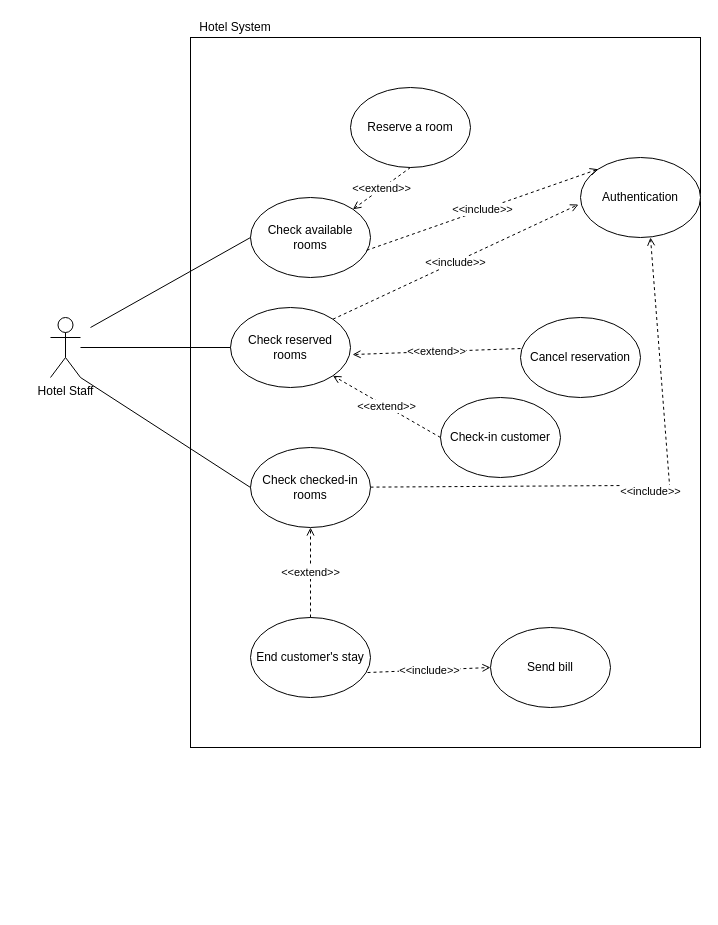
Above: Diagrams/UseCase/HotelManager.drawio in mclhtay/CS4471 (draw.io), before the change. Source tidied: cells renumbered, new cells numbered last; positions are measured from the earlier drawing's top-left corner, leaving out a move shared by most shapes. Both pictures are drawn from the tidied source at 100%, with x=0, y=0 at pixel (50, 17).
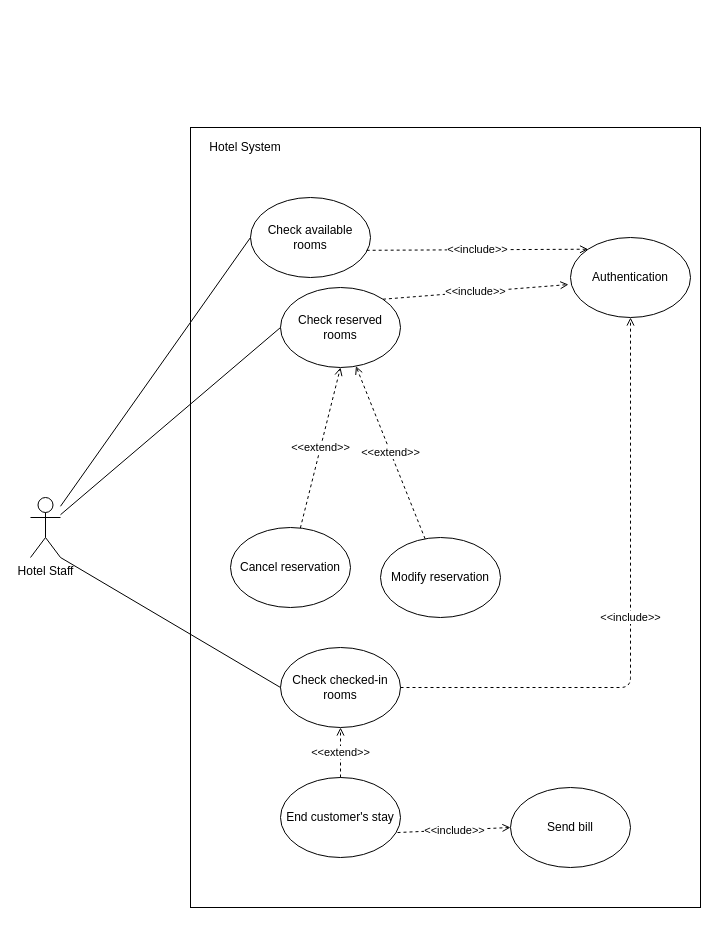
The same diagram, later.

Unchanged cells that the change refers to:
```xml
<mxCell id="20" value="Check available rooms" style="ellipse;whiteSpace=wrap;html=1;" parent="1" vertex="1">
  <mxGeometry x="200" y="180" width="120" height="80" as="geometry" />
</mxCell>
```

What changed in the source:
```diff
@@
     <mxCell id="2" style="rounded=0;whiteSpace=wrap;html=1;" parent="1" vertex="1">
-      <mxGeometry x="140" y="20" width="510" height="710" as="geometry" />
+      <mxGeometry x="140" y="110" width="510" height="780" as="geometry" />
     </mxCell>
     <mxCell id="3" value="Hotel Staff" style="shape=umlActor;verticalLabelPosition=bottom;verticalAlign=top;html=1;outlineConnect=0;" parent="1" vertex="1">
-      <mxGeometry y="300" width="30" height="60" as="geometry" />
+      <mxGeometry x="-20" y="480" width="30" height="60" as="geometry" />
     </mxCell>
     <mxCell id="4" value="Authentication" style="ellipse;whiteSpace=wrap;html=1;" parent="1" vertex="1">
-      <mxGeometry x="530" y="140" width="120" height="80" as="geometry" />
+      <mxGeometry x="520" y="220" width="120" height="80" as="geometry" />
     </mxCell>
     <mxCell id="5" value="Check checked-in rooms" style="ellipse;whiteSpace=wrap;html=1;" parent="1" vertex="1">
-      <mxGeometry x="200" y="430" width="120" height="80" as="geometry" />
+      <mxGeometry x="230" y="630" width="120" height="80" as="geometry" />
     </mxCell>
     <mxCell id="6" value="Check reserved rooms" style="ellipse;whiteSpace=wrap;html=1;" parent="1" vertex="1">
-      <mxGeometry x="180" y="290" width="120" height="80" as="geometry" />
+      <mxGeometry x="230" y="270" width="120" height="80" as="geometry" />
     </mxCell>
     <mxCell id="7" value="End customer's stay" style="ellipse;whiteSpace=wrap;html=1;" parent="1" vertex="1">
-      <mxGeometry x="200" y="600" width="120" height="80" as="geometry" />
+      <mxGeometry x="230" y="760" width="120" height="80" as="geometry" />
     </mxCell>
-    <mxCell id="8" value="Reserve a room" style="ellipse;whiteSpace=wrap;html=1;" parent="1" vertex="1">
-      <mxGeometry x="300" y="70" width="120" height="80" as="geometry" />
-    </mxCell>
     <mxCell id="9" value="Send bill" style="ellipse;whiteSpace=wrap;html=1;" parent="1" vertex="1">
-      <mxGeometry x="440" y="610" width="120" height="80" as="geometry" />
+      <mxGeometry x="460" y="770" width="120" height="80" as="geometry" />
     </mxCell>
     <mxCell id="10" value="Cancel reservation" style="ellipse;whiteSpace=wrap;html=1;" parent="1" vertex="1">
-      <mxGeometry x="470" y="300" width="120" height="80" as="geometry" />
+      <mxGeometry x="180" y="510" width="120" height="80" as="geometry" />
     </mxCell>
@@
-    <mxCell id="13" value="&amp;lt;&amp;lt;extend&amp;gt;&amp;gt;" style="endArrow=open;html=1;exitX=0.5;exitY=1;exitDx=0;exitDy=0;entryX=1;entryY=0;entryDx=0;entryDy=0;dashed=1;endFill=0;" parent="1" edge="1" source="8" target="20">
-      <mxGeometry relative="1" as="geometry" />
-    </mxCell>
-    <mxCell id="14" value="&amp;lt;&amp;lt;extend&amp;gt;&amp;gt;" style="endArrow=open;html=1;exitX=0;exitY=0.388;exitDx=0;exitDy=0;entryX=1.017;entryY=0.588;entryDx=0;entryDy=0;dashed=1;endFill=0;exitPerimeter=0;entryPerimeter=0;" parent="1" edge="1" source="10" target="6">
+    <mxCell id="14" value="&amp;lt;&amp;lt;extend&amp;gt;&amp;gt;" style="endArrow=open;html=1;entryX=0.5;entryY=1;entryDx=0;entryDy=0;dashed=1;endFill=0;" parent="1" edge="1" source="10" target="6">
       <mxGeometry relative="1" as="geometry" />
     </mxCell>
@@
-    <mxCell id="17" value="&amp;lt;&amp;lt;include&amp;gt;&amp;gt;" style="endArrow=open;html=1;dashed=1;endFill=0;" parent="1" edge="1" source="5">
+    <mxCell id="17" value="&amp;lt;&amp;lt;include&amp;gt;&amp;gt;" style="endArrow=open;html=1;dashed=1;endFill=0;entryX=0.5;entryY=1;entryDx=0;entryDy=0;" parent="1" edge="1" source="5" target="4">
       <mxGeometry relative="1" as="geometry">
-        <mxPoint x="600" y="220" as="targetPoint" />
         <Array as="points">
-          <mxPoint x="580" y="468" />
-          <mxPoint x="620" y="480" />
+          <mxPoint x="580" y="670" />
         </Array>
       </mxGeometry>
     </mxCell>
@@
     <mxCell id="19" value="Hotel System" style="text;html=1;strokeColor=none;fillColor=none;align=center;verticalAlign=middle;whiteSpace=wrap;rounded=0;" parent="1" vertex="1">
-      <mxGeometry x="140" width="90" height="20" as="geometry" />
+      <mxGeometry x="150" y="120" width="90" height="20" as="geometry" />
     </mxCell>
@@
-    <mxCell id="21" style="endArrow=none;html=1;entryX=0;entryY=0.5;entryDx=0;entryDy=0;" parent="1" edge="1" target="20">
-      <mxGeometry relative="1" as="geometry">
-        <mxPoint x="40" y="310" as="sourcePoint" />
-      </mxGeometry>
+    <mxCell id="21" style="endArrow=none;html=1;entryX=0;entryY=0.5;entryDx=0;entryDy=0;" parent="1" edge="1" source="3" target="20">
+      <mxGeometry relative="1" as="geometry" />
     </mxCell>
@@
-    <mxCell id="23" value="Check-in customer" style="ellipse;whiteSpace=wrap;html=1;" parent="1" vertex="1">
-      <mxGeometry x="390" y="380" width="120" height="80" as="geometry" />
-    </mxCell>
-    <mxCell id="24" value="&amp;lt;&amp;lt;extend&amp;gt;&amp;gt;" style="endArrow=open;html=1;exitX=0;exitY=0.5;exitDx=0;exitDy=0;entryX=1;entryY=1;entryDx=0;entryDy=0;dashed=1;endFill=0;" parent="1" edge="1" source="23" target="6">
-      <mxGeometry relative="1" as="geometry" />
-    </mxCell>
+    <mxCell id="25" value="Modify reservation" style="ellipse;whiteSpace=wrap;html=1;" parent="1" vertex="1">
+      <mxGeometry x="330" y="520" width="120" height="80" as="geometry" />
+    </mxCell>
+    <mxCell id="26" value="&amp;lt;&amp;lt;extend&amp;gt;&amp;gt;" style="endArrow=open;html=1;dashed=1;endFill=0;" parent="1" edge="1" source="25" target="6">
+      <mxGeometry relative="1" as="geometry" />
+    </mxCell>
```
